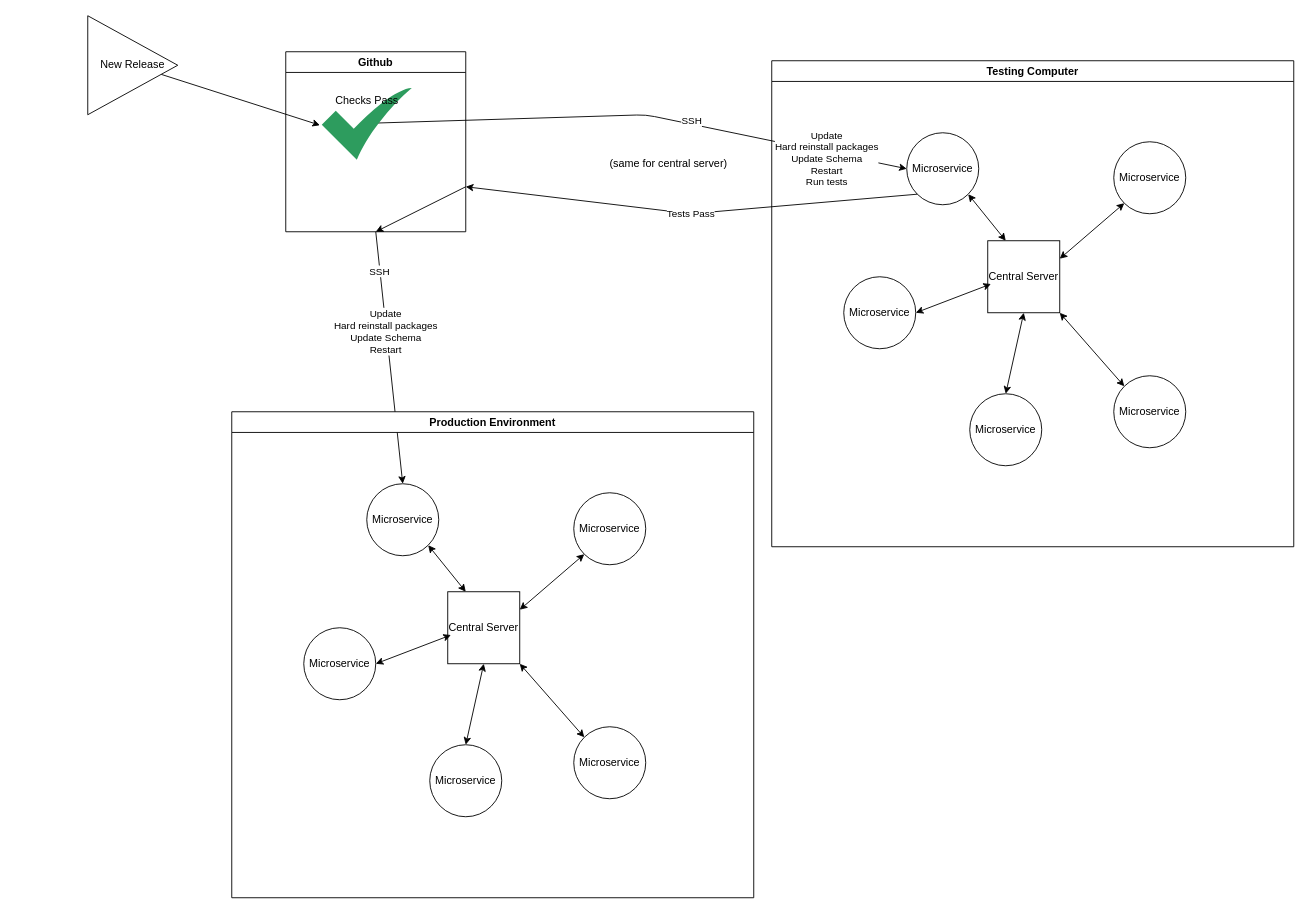
The draw.io diagram diagrams/prod-gh-action.drawio in tsaxking/tators-dashboard-kit, before the edit. Source tidied: cells renumbered, new cells numbered last; positions are measured from the earlier drawing's top-left corner, leaving out a move shared by most shapes. Both pictures are drawn from the tidied source at 90%, with x=0, y=0 at pixel (87, 15).
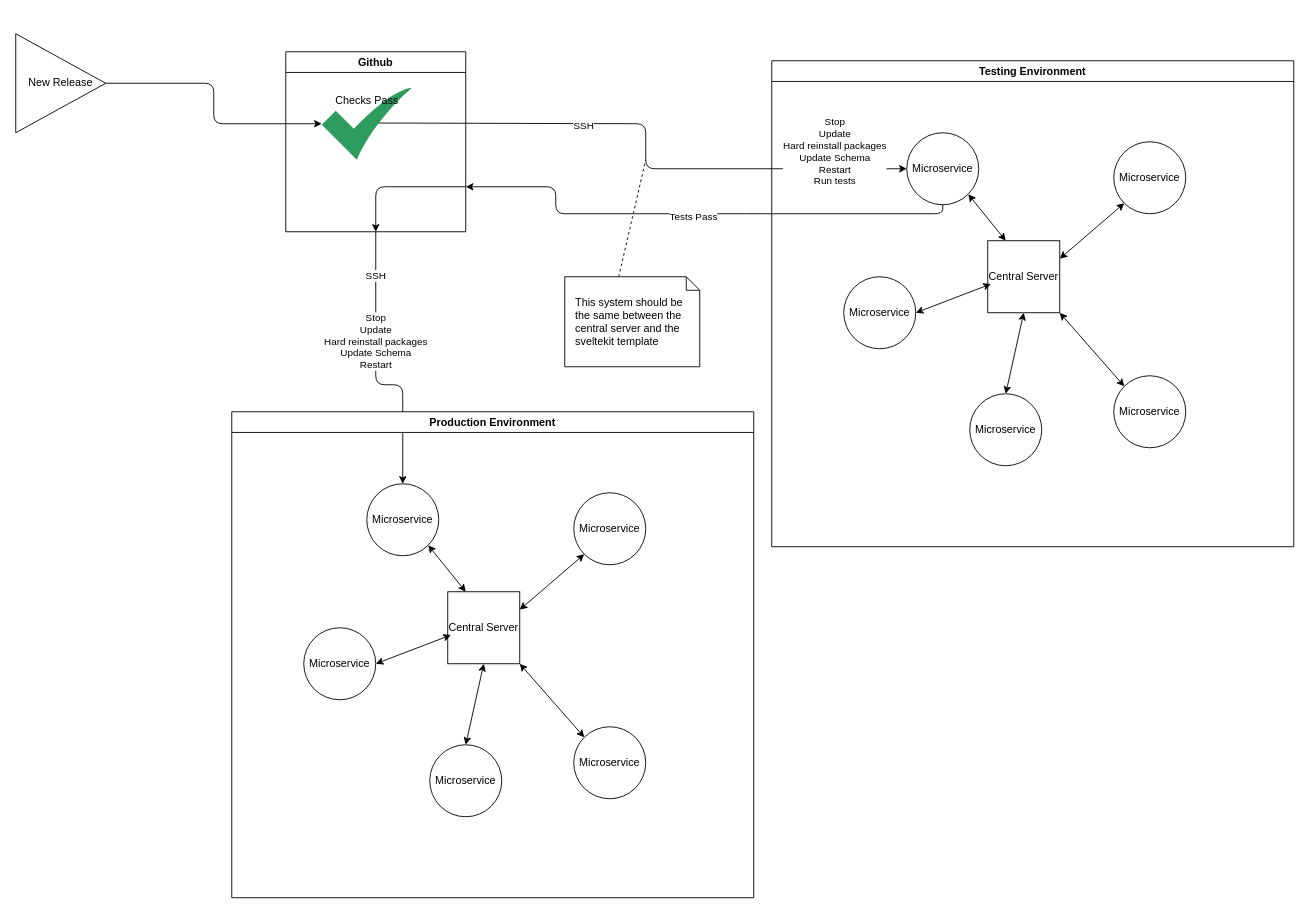
The same diagram, later.

Unchanged cells that the change refers to:
```xml
<mxCell id="8" value="Github" style="swimlane;whiteSpace=wrap;html=1;" parent="1" vertex="1">
  <mxGeometry x="220" y="40" width="200" height="200" as="geometry" />
</mxCell>
<mxCell id="9" value="Checks Pass" style="sketch=0;html=1;strokeColor=none;shadow=0;align=center;verticalAlign=top;fillColor=#2D9C5E;shape=mxgraph.gcp2.check;" parent="8" vertex="1">
  <mxGeometry x="40" y="40" width="100" height="80" as="geometry" />
</mxCell>
<mxCell id="13" value="Microservice" style="ellipse;whiteSpace=wrap;html=1;" parent="10" vertex="1">
  <mxGeometry x="150" y="80" width="80" height="80" as="geometry" />
</mxCell>
<mxCell id="29" value="Microservice" style="ellipse;whiteSpace=wrap;html=1;" parent="26" vertex="1">
  <mxGeometry x="150" y="80" width="80" height="80" as="geometry" />
</mxCell>
```

Change to the diagram source:
```diff
@@
     <mxCell id="2" style="edgeStyle=none;html=1;exitX=0.616;exitY=0.49;exitDx=0;exitDy=0;entryX=0;entryY=0.5;entryDx=0;entryDy=0;exitPerimeter=0;" parent="1" edge="1" source="9" target="13">
       <mxGeometry relative="1" as="geometry">
         <Array as="points">
-          <mxPoint x="620" y="110" />
+          <mxPoint x="620" y="120" />
+          <mxPoint x="620" y="170" />
         </Array>
       </mxGeometry>
     </mxCell>
     <mxCell id="3" value="SSH" style="edgeLabel;html=1;align=center;verticalAlign=middle;" parent="2" vertex="1">
       <mxGeometry x="0.07" y="-3" relative="1" as="geometry">
-        <mxPoint x="32" as="offset" />
+        <mxPoint x="-67" y="-42" as="offset" />
       </mxGeometry>
     </mxCell>
-    <mxCell id="4" value="Update&lt;br&gt;Hard reinstall packages&lt;br&gt;Update Schema&lt;br&gt;Restart&lt;br&gt;Run tests" style="edgeLabel;html=1;align=center;verticalAlign=middle;" parent="2" vertex="1">
+    <mxCell id="4" value="Stop&lt;br&gt;Update&lt;br&gt;Hard reinstall packages&lt;br&gt;Update Schema&lt;br&gt;Restart&lt;br&gt;Run tests" style="edgeLabel;html=1;align=center;verticalAlign=middle;" parent="2" vertex="1">
       <mxGeometry x="0.82" y="1" relative="1" as="geometry">
-        <mxPoint x="-37" as="offset" />
+        <mxPoint x="-23" y="-19" as="offset" />
       </mxGeometry>
     </mxCell>
     <mxCell id="5" style="edgeStyle=none;html=1;exitX=0.5;exitY=1;exitDx=0;exitDy=0;entryX=0.5;entryY=0;entryDx=0;entryDy=0;" parent="1" edge="1" source="8" target="29">
-      <mxGeometry relative="1" as="geometry" />
+      <mxGeometry relative="1" as="geometry">
+        <Array as="points">
+          <mxPoint x="320" y="410" />
+          <mxPoint x="350" y="410" />
+        </Array>
+      </mxGeometry>
     </mxCell>
-    <mxCell id="6" value="Update&lt;br&gt;Hard reinstall packages&lt;br&gt;Update Schema&lt;br&gt;Restart" style="edgeLabel;html=1;align=center;verticalAlign=middle;" parent="5" vertex="1">
+    <mxCell id="6" value="Stop&lt;br&gt;Update&lt;br&gt;Hard reinstall packages&lt;br&gt;Update Schema&lt;br&gt;Restart" style="edgeLabel;html=1;align=center;verticalAlign=middle;" parent="5" vertex="1">
       <mxGeometry x="-0.27" y="-5" relative="1" as="geometry">
         <mxPoint x="4" y="8" as="offset" />
       </mxGeometry>
     </mxCell>
@@
-    <mxCell id="10" value="Testing Computer" style="swimlane;whiteSpace=wrap;html=1;" parent="1" vertex="1">
+    <mxCell id="10" value="Testing Environment" style="swimlane;whiteSpace=wrap;html=1;" parent="1" vertex="1">
       <mxGeometry x="760" y="50" width="580" height="540" as="geometry" />
     </mxCell>
@@
-    <mxCell id="22" style="edgeStyle=none;html=1;entryX=-0.02;entryY=0.52;entryDx=0;entryDy=0;entryPerimeter=0;" parent="1" edge="1" source="23" target="9">
-      <mxGeometry relative="1" as="geometry" />
+    <mxCell id="22" style="edgeStyle=none;html=1;exitX=1;exitY=0.5;exitDx=0;exitDy=0;entryX=0;entryY=0.5;entryDx=0;entryDy=0;entryPerimeter=0;" parent="1" edge="1" source="23" target="9">
+      <mxGeometry relative="1" as="geometry">
+        <Array as="points">
+          <mxPoint x="140" y="75" />
+          <mxPoint x="140" y="120" />
+        </Array>
+      </mxGeometry>
     </mxCell>
     <mxCell id="23" value="New Release" style="triangle;whiteSpace=wrap;html=1;" parent="1" vertex="1">
-      <mxGeometry width="100" height="110" as="geometry" />
+      <mxGeometry x="-80" y="20" width="100" height="110" as="geometry" />
     </mxCell>
-    <mxCell id="24" style="edgeStyle=none;html=1;exitX=0;exitY=1;exitDx=0;exitDy=0;entryX=1;entryY=0.75;entryDx=0;entryDy=0;" parent="1" edge="1" source="13" target="8">
+    <mxCell id="24" style="edgeStyle=none;html=1;exitX=0.5;exitY=1;exitDx=0;exitDy=0;entryX=1;entryY=0.75;entryDx=0;entryDy=0;" parent="1" edge="1" source="13" target="8">
       <mxGeometry relative="1" as="geometry">
         <Array as="points">
-          <mxPoint x="670" y="220" />
+          <mxPoint x="950" y="220" />
+          <mxPoint x="740" y="220" />
+          <mxPoint x="520" y="220" />
+          <mxPoint x="520" y="190" />
         </Array>
       </mxGeometry>
     </mxCell>
@@
     <mxCell id="38" style="edgeStyle=none;html=1;exitX=1;exitY=0.75;exitDx=0;exitDy=0;entryX=0.5;entryY=1;entryDx=0;entryDy=0;" parent="1" edge="1" source="8" target="8">
-      <mxGeometry relative="1" as="geometry" />
+      <mxGeometry relative="1" as="geometry">
+        <Array as="points">
+          <mxPoint x="320" y="190" />
+        </Array>
+      </mxGeometry>
     </mxCell>
-    <mxCell id="39" value="(same for central server)" style="text;html=1;align=center;verticalAlign=middle;strokeColor=none;fillColor=none;" parent="1" vertex="1">
-      <mxGeometry x="570" y="150" width="150" height="30" as="geometry" />
-    </mxCell>
+    <mxCell id="40" value="This system should be the same between the central server and the sveltekit template" style="shape=note;size=15;align=left;spacingLeft=10;html=1;whiteSpace=wrap;" parent="1" vertex="1">
+      <mxGeometry x="530" y="290" width="150" height="100" as="geometry" />
+    </mxCell>
+    <mxCell id="41" style="edgeStyle=none;endArrow=none;exitX=0.4;exitY=0;dashed=1;html=1;" parent="1" edge="1" source="40">
+      <mxGeometry x="1" relative="1" as="geometry">
+        <mxPoint x="620" y="160" as="targetPoint" />
+      </mxGeometry>
+    </mxCell>
```
